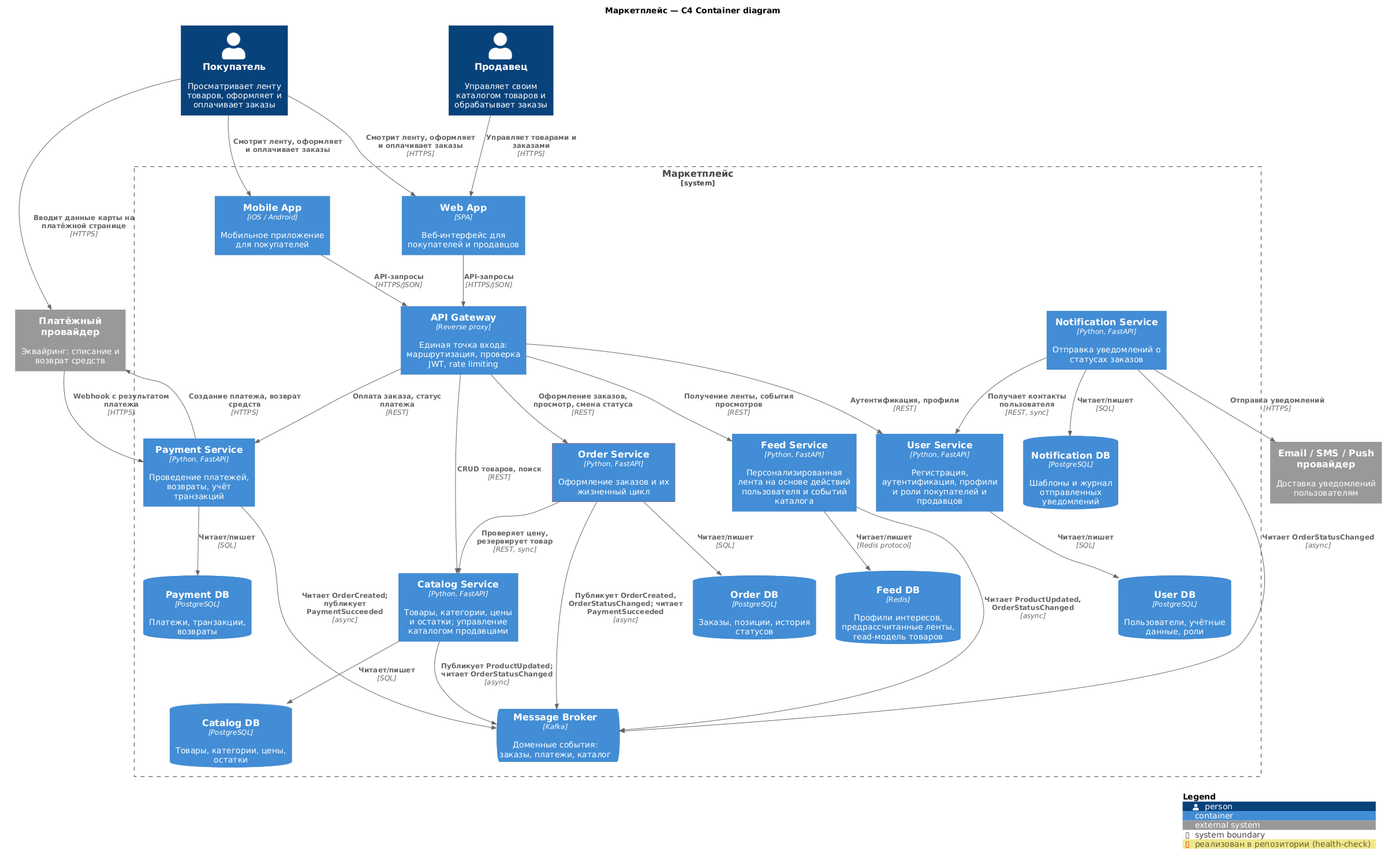
The PlantUML diagram docs/c4-container.png in seajoyer/soa-hw, before a commit.
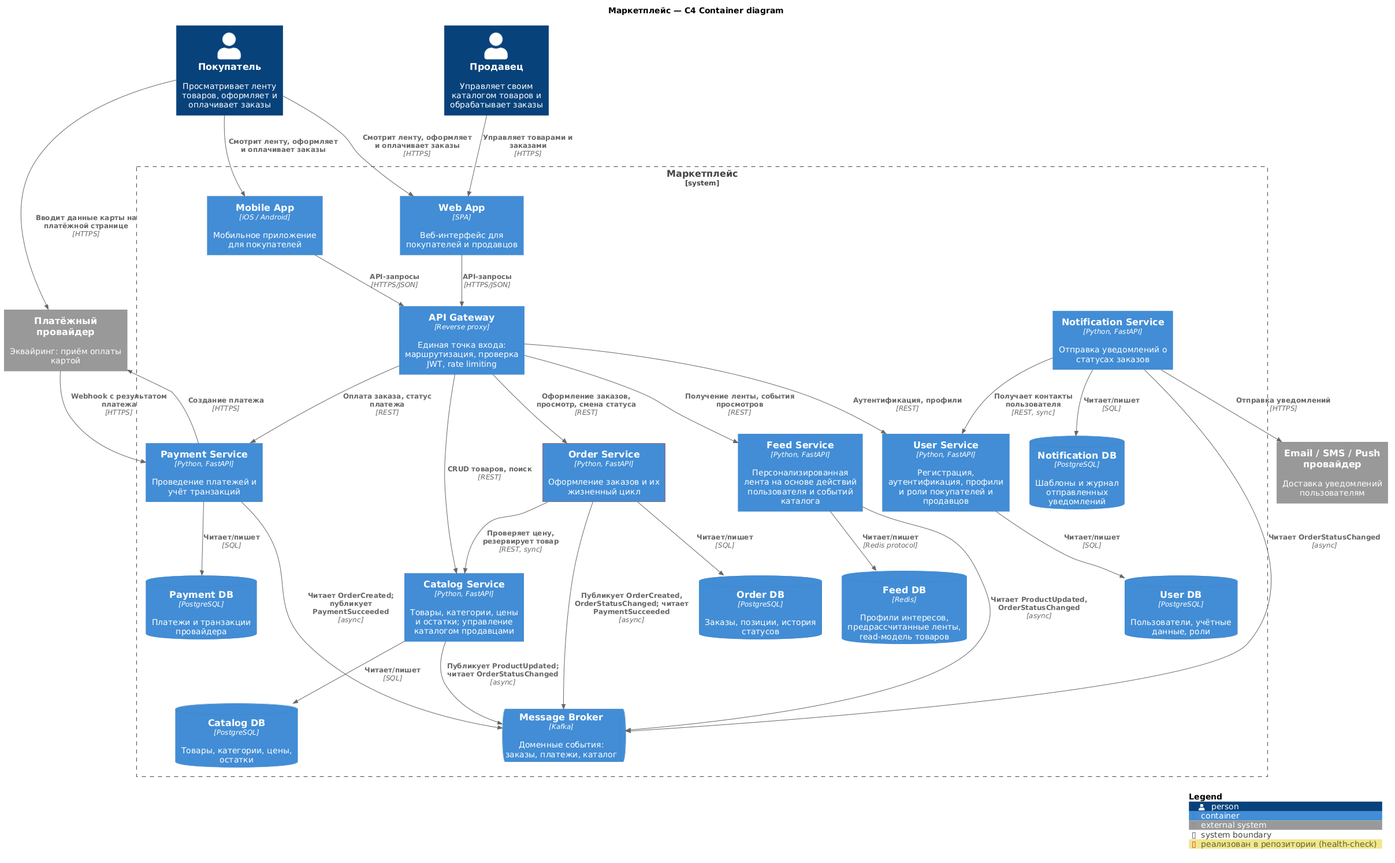
After the commit.

Diff of the diagram source:
```diff
@@ -17,20 +17,20 @@
   Container(catalog, "Catalog Service", "Python, FastAPI", "Товары, категории, цены и остатки; управление каталогом продавцами")
   Container(feed, "Feed Service", "Python, FastAPI", "Персонализированная лента на основе действий пользователя и событий каталога")
   Container(order, "Order Service", "Python, FastAPI", "Оформление заказов и их жизненный цикл", $tags="implemented")
-  Container(payment, "Payment Service", "Python, FastAPI", "Проведение платежей, возвраты, учёт транзакций")
+  Container(payment, "Payment Service", "Python, FastAPI", "Проведение платежей и учёт транзакций")
   Container(notification, "Notification Service", "Python, FastAPI", "Отправка уведомлений о статусах заказов")
 
   ContainerDb(userDb, "User DB", "PostgreSQL", "Пользователи, учётные данные, роли")
   ContainerDb(catalogDb, "Catalog DB", "PostgreSQL", "Товары, категории, цены, остатки")
   ContainerDb(feedDb, "Feed DB", "Redis", "Профили интересов, предрассчитанные ленты, read-модель товаров")
   ContainerDb(orderDb, "Order DB", "PostgreSQL", "Заказы, позиции, история статусов")
-  ContainerDb(paymentDb, "Payment DB", "PostgreSQL", "Платежи, транзакции, возвраты")
+  ContainerDb(paymentDb, "Payment DB", "PostgreSQL", "Платежи и транзакции провайдера")
   ContainerDb(notificationDb, "Notification DB", "PostgreSQL", "Шаблоны и журнал отправленных уведомлений")
 
   ContainerQueue(broker, "Message Broker", "Kafka", "Доменные события: заказы, платежи, каталог")
 }
 
-System_Ext(psp, "Платёжный провайдер", "Эквайринг: списание и возврат средств")
+System_Ext(psp, "Платёжный провайдер", "Эквайринг: приём оплаты картой")
 System_Ext(messaging, "Email / SMS / Push провайдер", "Доставка уведомлений пользователям")
 
 Rel(buyer, web, "Смотрит ленту, оформляет и оплачивает заказы", "HTTPS")
@@ -62,7 +62,7 @@
 Rel(feed, broker, "Читает ProductUpdated, OrderStatusChanged", "async")
 Rel(notification, broker, "Читает OrderStatusChanged", "async")
 
-Rel(payment, psp, "Создание платежа, возврат средств", "HTTPS")
+Rel(payment, psp, "Создание платежа", "HTTPS")
 Rel(psp, payment, "Webhook с результатом платежа", "HTTPS")
 Rel(notification, messaging, "Отправка уведомлений", "HTTPS")
 
```
